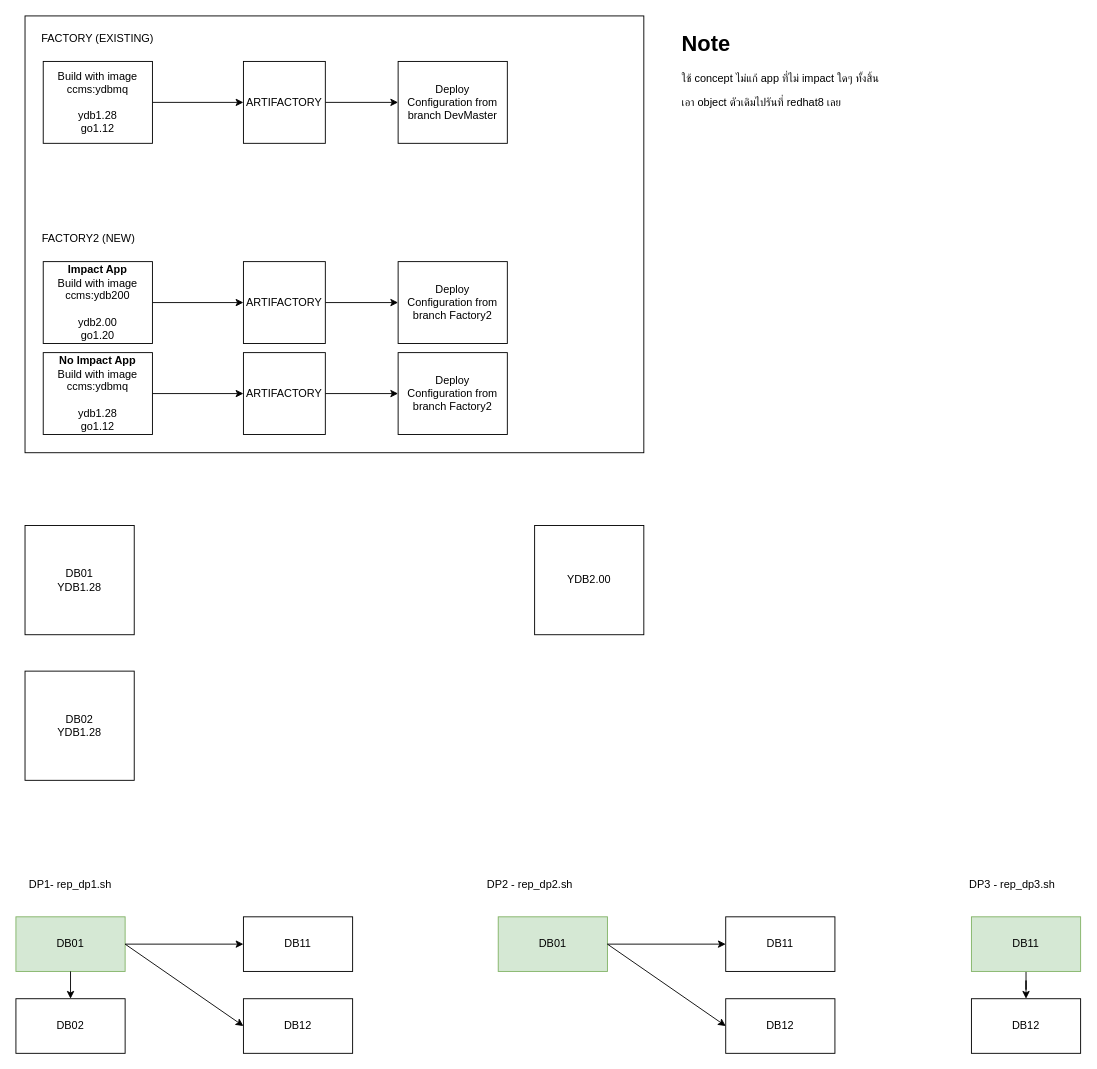
Before: page "EOS LINUX" (3 of 4) of CCMS_Project.drawio in chawaratr/drawio, a draw.io diagram. Source tidied: cells renumbered, new cells numbered last; positions are measured from the earlier drawing's top-left corner, leaving out a move shared by most shapes. Both pictures are drawn from the tidied source at 91%, with x=0, y=0 at pixel (15, 15).
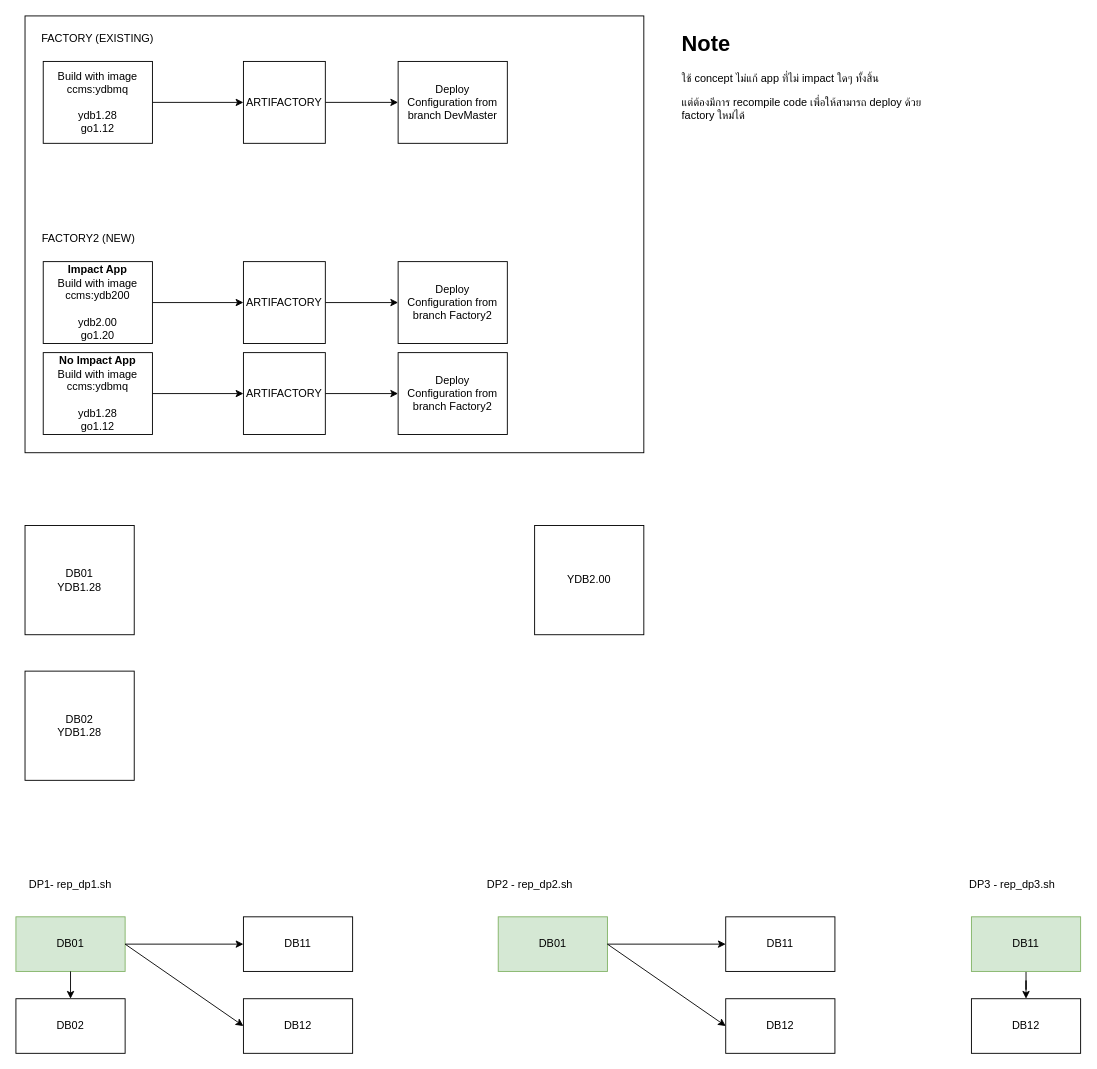
The same diagram, later.

The edit, as a diff of the source:
```diff
@@
-    <mxCell id="20" value="&lt;h1 style=&quot;margin-top: 0px;&quot;&gt;Note&lt;/h1&gt;&lt;p&gt;ใช้ concept ไม่แก้ app ที่ไม่ impact ใดๆ ทั้งสิ้น&lt;/p&gt;&lt;p&gt;เอา object ตัวเดิมไปรันที่ redhat8 เลย&lt;/p&gt;" style="text;html=1;whiteSpace=wrap;overflow=hidden;rounded=0;" parent="1" vertex="1">
+    <mxCell id="20" value="&lt;h1 style=&quot;margin-top: 0px;&quot;&gt;Note&lt;/h1&gt;&lt;p&gt;ใช้ concept ไม่แก้ app ที่ไม่ impact ใดๆ ทั้งสิ้น&lt;/p&gt;&lt;p&gt;แต่ต้องมีการ recompile code เพื่อให้สามารถ deploy ด้วย factory ใหม่ได้&lt;/p&gt;" style="text;html=1;whiteSpace=wrap;overflow=hidden;rounded=0;" parent="1" vertex="1">
       <mxGeometry x="730" y="10" width="290" height="120" as="geometry" />
     </mxCell>
```
